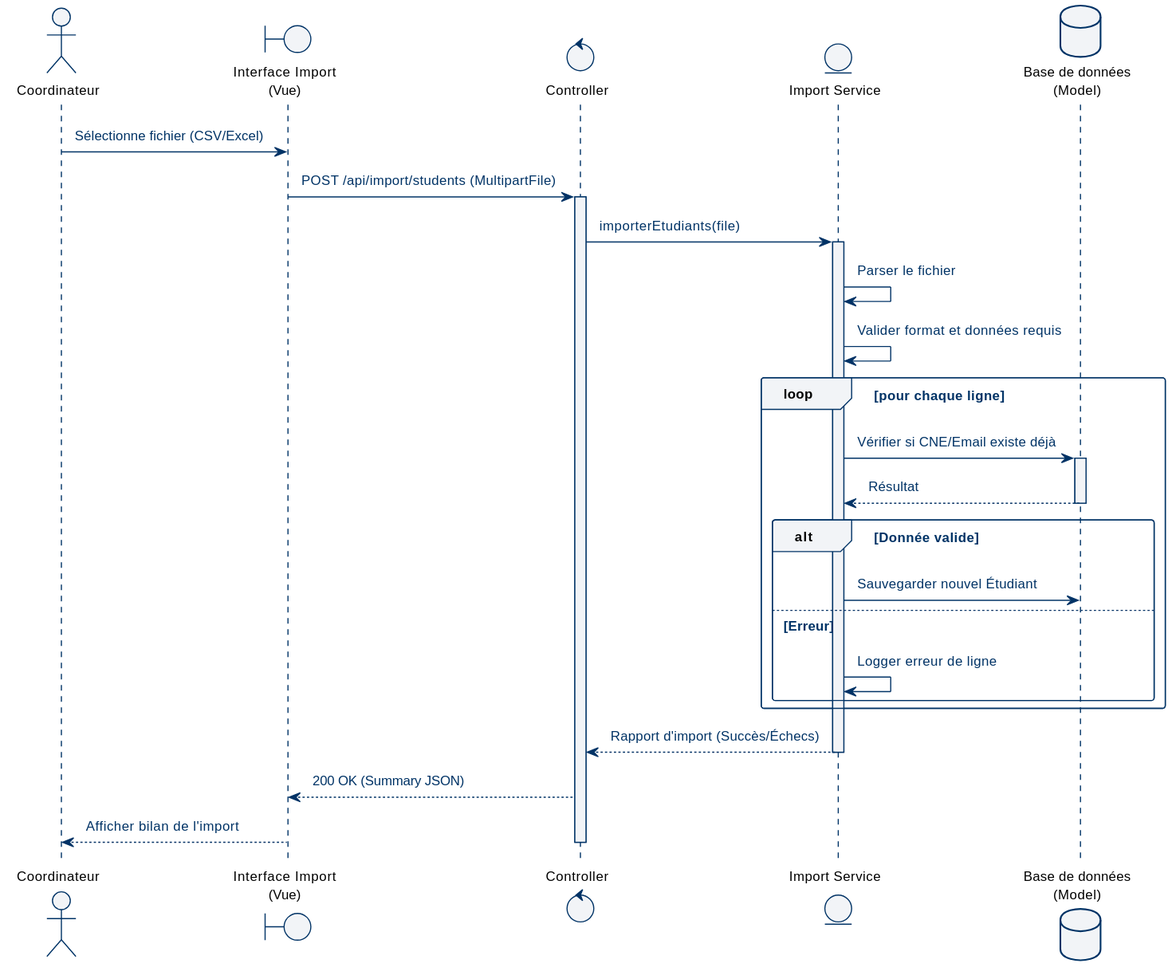
Before: docs/diagrams/svg/seq_import_data.svg, a diagram exported from PlantUML (abdelaziz-ebourki/system-gestion-soutenance).
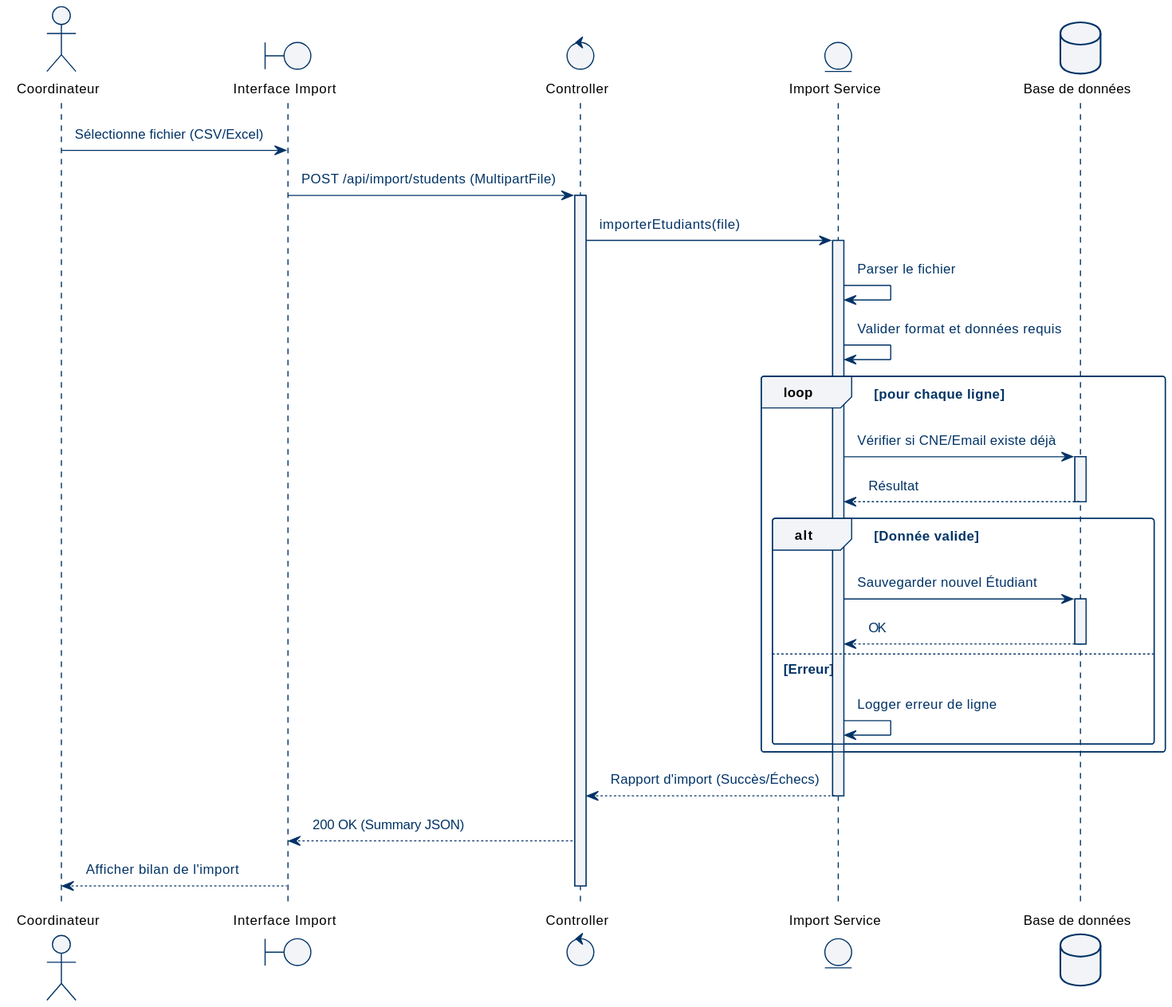
Above is the later version.

Change to the diagram source:
```diff
@@ -2,10 +2,10 @@
 !theme pfe from .
 
 actor "Coordinateur" as Coord
-boundary "Interface Import\n(Vue)" as Front
+boundary "Interface Import" as Front
 control "Controller" as Controller
 entity "Import Service" as Service
-database "Base de données\n(Model)" as DB
+database "Base de données" as DB
 
 Coord -> Front : Sélectionne fichier (CSV/Excel)
 Front -> Controller : POST /api/import/students (MultipartFile)
@@ -25,6 +25,9 @@
 
     alt Donnée valide
         Service -> DB : Sauvegarder nouvel Étudiant
+        activate DB
+        DB --> Service : OK
+        deactivate DB
     else Erreur
         Service -> Service : Logger erreur de ligne
     end
```
